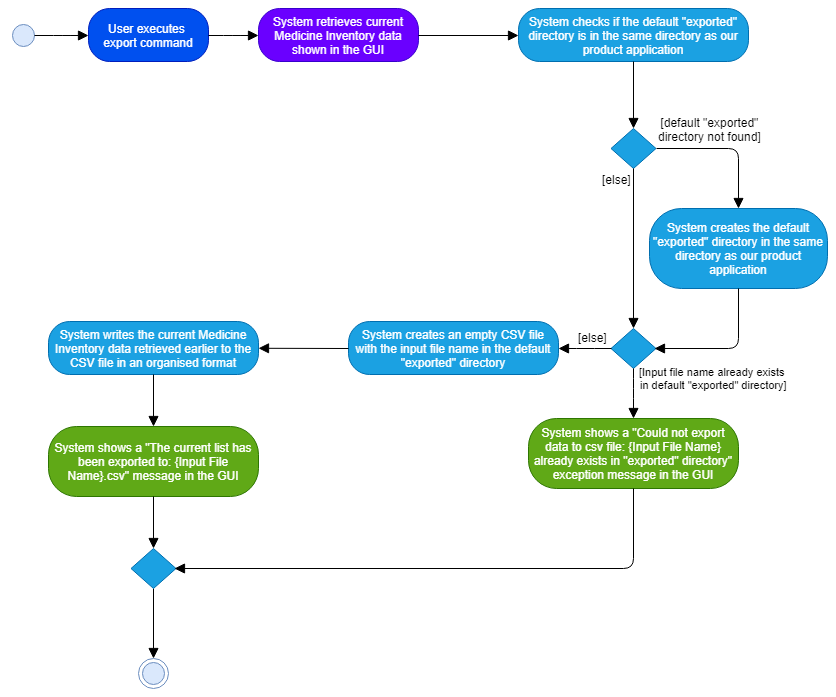
Earlier version of the draw.io export docs/images/ExportCommandActivityDiagram.png (nus-cs2103-AY1819S2/addressbook-level4). Source tidied: cells renumbered, new cells last; positions are measured from the earlier drawing's top-left corner, leaving out a move shared by most shapes.
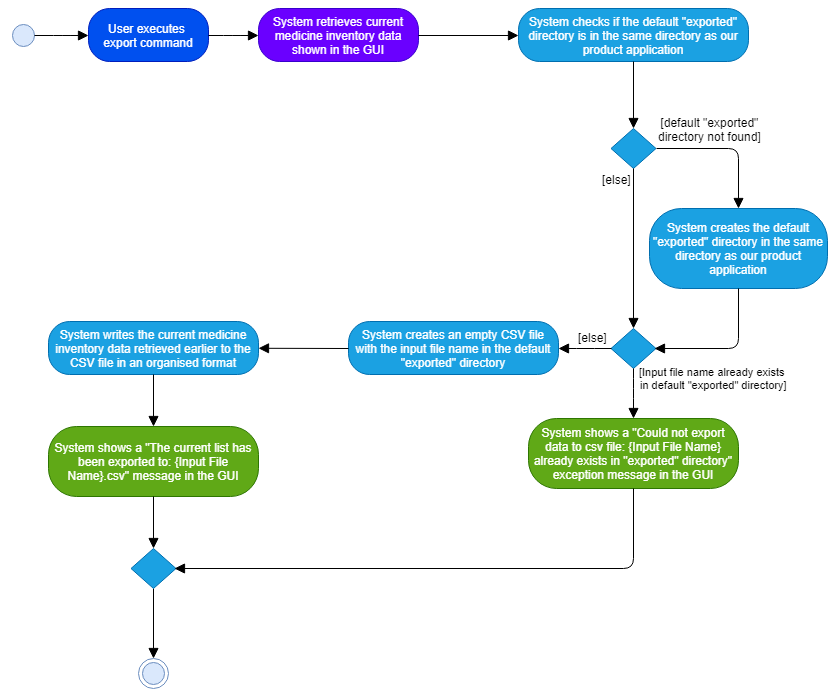
Above is the later version.

The edit, as a diff of the source:
```diff
@@ -16,7 +16,7 @@
         <mxPoint x="250" y="27" as="targetPoint" />
       </mxGeometry>
     </mxCell>
-    <mxCell id="6" value="System retrieves current Medicine Inventory data shown in the GUI" style="rounded=1;whiteSpace=wrap;html=1;arcSize=40;fillColor=#6a00ff;strokeColor=#3700CC;fontColor=#ffffff;" parent="1" vertex="1">
+    <mxCell id="6" value="System retrieves current medicine inventory data shown in the GUI" style="rounded=1;whiteSpace=wrap;html=1;arcSize=40;fillColor=#6a00ff;strokeColor=#3700CC;fontColor=#ffffff;" parent="1" vertex="1">
       <mxGeometry x="250" width="160" height="53" as="geometry" />
     </mxCell>
     <mxCell id="7" style="edgeStyle=orthogonalEdgeStyle;html=1;verticalAlign=bottom;endArrow=block;endSize=8;strokeColor=#000000;endFill=1;entryX=0;entryY=0.5;entryDx=0;entryDy=0;exitX=1;exitY=0.5;exitDx=0;exitDy=0;" parent="1" edge="1" source="6" target="8">
@@ -93,7 +93,7 @@
     <mxCell id="25" style="html=1;verticalAlign=bottom;endArrow=block;endSize=8;strokeColor=#000000;endFill=1;exitX=0;exitY=0.5;exitDx=0;exitDy=0;" parent="1" edge="1" source="18" target="26">
       <mxGeometry relative="1" as="geometry" />
     </mxCell>
-    <mxCell id="26" value="System writes the current Medicine Inventory data retrieved earlier to the CSV file in an organised format" style="rounded=1;whiteSpace=wrap;html=1;arcSize=40;fillColor=#1ba1e2;strokeColor=#006EAF;fontColor=#ffffff;" parent="1" vertex="1">
+    <mxCell id="26" value="System writes the current medicine inventory data retrieved earlier to the CSV file in an organised format" style="rounded=1;whiteSpace=wrap;html=1;arcSize=40;fillColor=#1ba1e2;strokeColor=#006EAF;fontColor=#ffffff;" parent="1" vertex="1">
       <mxGeometry x="40" y="313" width="210" height="53" as="geometry" />
     </mxCell>
     <mxCell id="27" style="edgeStyle=orthogonalEdgeStyle;html=1;verticalAlign=bottom;endArrow=block;endSize=8;strokeColor=#000000;endFill=1;spacingLeft=0;exitX=0.5;exitY=1;exitDx=0;exitDy=0;" parent="1" edge="1" source="23">
```
